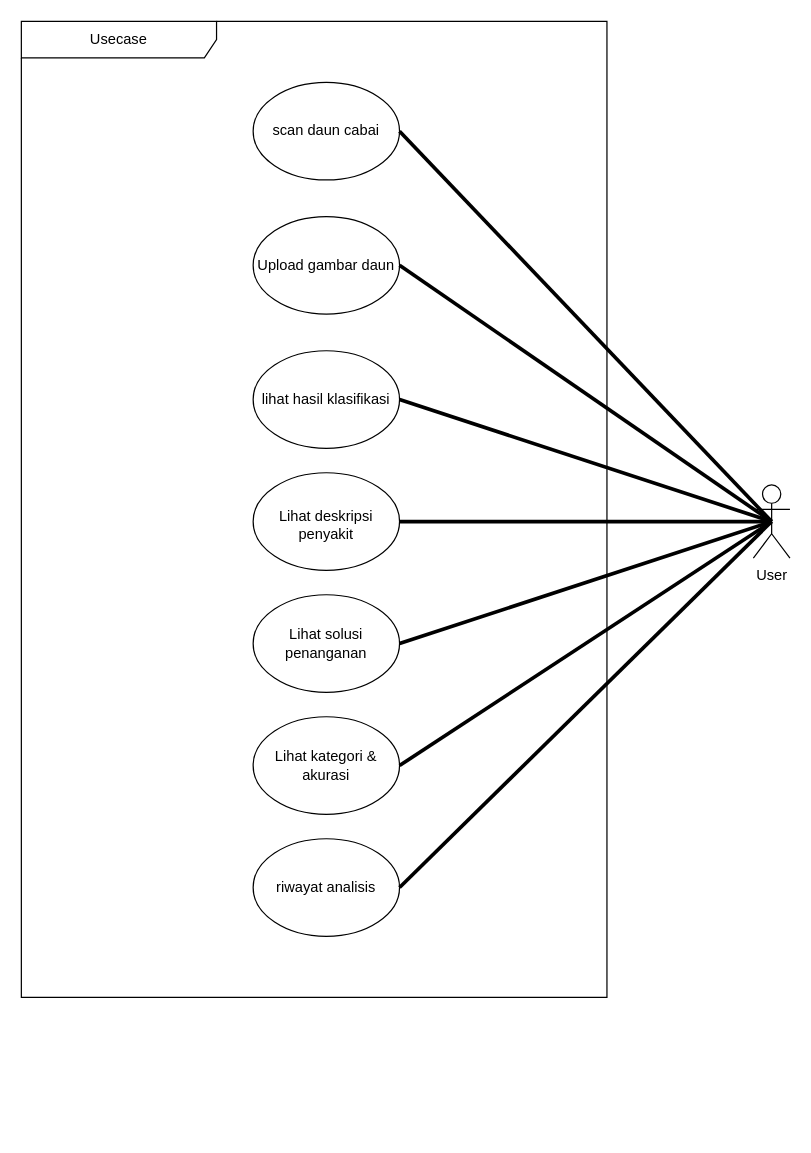
redhosy/AppDaunCabaiku keeps this draw.io diagram as document/usecase.drawio. Above is the earlier version. Source tidied: cells renumbered, new cells numbered last; positions are measured from the earlier drawing's top-left corner, leaving out a move shared by most shapes. Both pictures are drawn from the tidied source at 122%, with x=0, y=0 at pixel (21, 21).
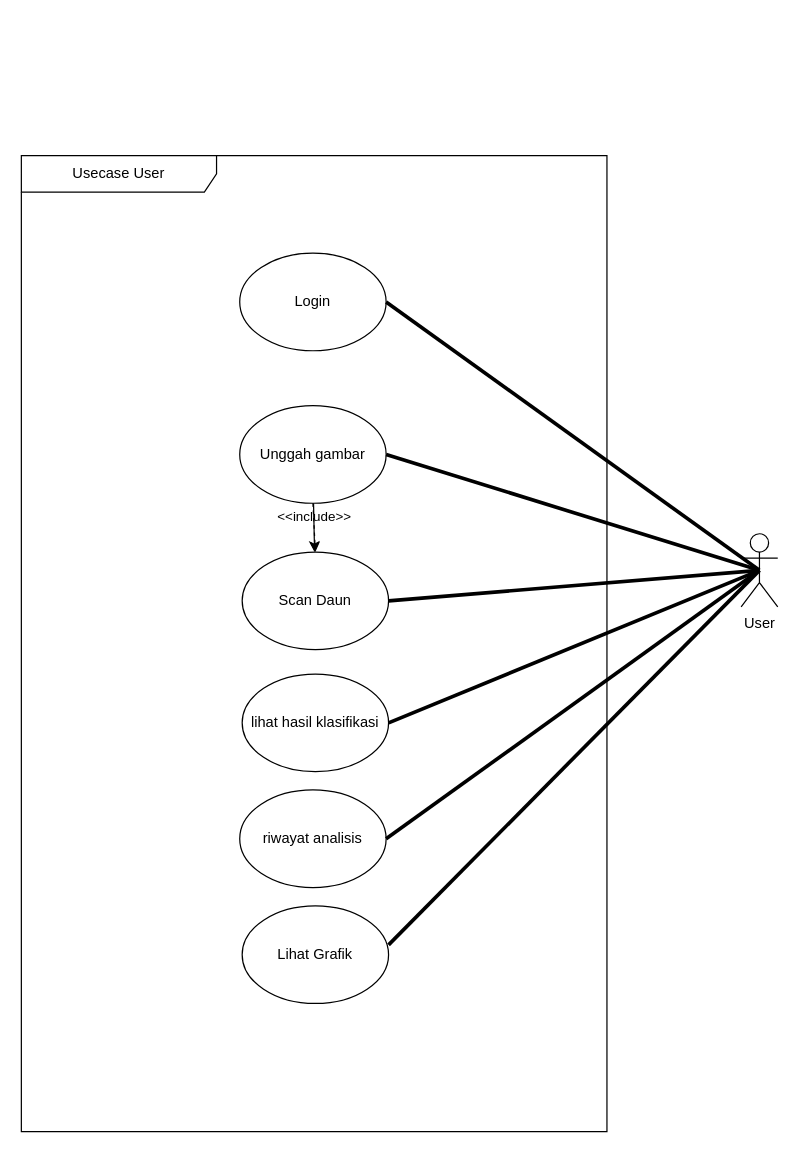
The same page after the edit.

What changed in the source:
```diff
@@
-<mxGraphModel>
+<mxGraphModel background="#ffffff">
   <root>
     <mxCell id="0" />
     <mxCell id="1" parent="0" />
     <mxCell id="2" value="User" style="shape=umlActor;verticalLabelPosition=bottom;verticalAlign=top;html=1;outlineConnect=0;" parent="1" vertex="1">
-      <mxGeometry x="600" y="380" width="30" height="60" as="geometry" />
+      <mxGeometry x="590" y="420" width="30" height="60" as="geometry" />
     </mxCell>
-    <mxCell id="3" value="Usecase" style="shape=umlFrame;whiteSpace=wrap;html=1;width=160;" parent="1" vertex="1">
-      <mxGeometry width="480" height="800" as="geometry" />
+    <mxCell id="3" value="Usecase User" style="shape=umlFrame;whiteSpace=wrap;html=1;width=160;" parent="1" vertex="1">
+      <mxGeometry y="110" width="480" height="800" as="geometry" />
     </mxCell>
-    <mxCell id="4" value="Upload gambar daun" style="ellipse;whiteSpace=wrap;html=1;" parent="3" vertex="1">
-      <mxGeometry x="190" y="160" width="120" height="80" as="geometry" />
+    <mxCell id="4" value="Scan Daun" style="ellipse;whiteSpace=wrap;html=1;" parent="3" vertex="1">
+      <mxGeometry x="181" y="325" width="120" height="80" as="geometry" />
     </mxCell>
     <mxCell id="5" value="lihat hasil klasifikasi" style="ellipse;whiteSpace=wrap;html=1;" parent="3" vertex="1">
-      <mxGeometry x="190" y="270" width="120" height="80" as="geometry" />
+      <mxGeometry x="181" y="425" width="120" height="80" as="geometry" />
     </mxCell>
+    <mxCell id="18" style="edgeStyle=none;html=1;" parent="3" edge="1" source="6" target="4">
+      <mxGeometry relative="1" as="geometry" />
+    </mxCell>
-    <mxCell id="6" value="scan daun cabai" style="ellipse;whiteSpace=wrap;html=1;" parent="3" vertex="1">
-      <mxGeometry x="190" y="50" width="120" height="80" as="geometry" />
+    <mxCell id="6" value="Unggah gambar" style="ellipse;whiteSpace=wrap;html=1;" parent="3" vertex="1">
+      <mxGeometry x="179" y="205" width="120" height="80" as="geometry" />
     </mxCell>
-    <mxCell id="7" value="Lihat kategori &amp;amp; akurasi" style="ellipse;whiteSpace=wrap;html=1;" parent="3" vertex="1">
-      <mxGeometry x="190" y="570" width="120" height="80" as="geometry" />
-    </mxCell>
-    <mxCell id="8" value="&lt;table&gt;&lt;tbody&gt;&lt;tr&gt;&lt;td class=&quot;max-w-[calc(var(--thread-content-max-width)*2/3)]&quot;&gt;&lt;/td&gt;&lt;/tr&gt;&lt;/tbody&gt;&lt;/table&gt;&lt;table&gt;&lt;tbody&gt;&lt;tr&gt;&lt;td class=&quot;max-w-[calc(var(--thread-content-max-width)*2/3)]&quot;&gt;Lihat deskripsi penyakit&lt;/td&gt;&lt;/tr&gt;&lt;/tbody&gt;&lt;/table&gt;" style="ellipse;whiteSpace=wrap;html=1;" parent="3" vertex="1">
-      <mxGeometry x="190" y="370" width="120" height="80" as="geometry" />
-    </mxCell>
-    <mxCell id="9" value="Lihat solusi penanganan" style="ellipse;whiteSpace=wrap;html=1;" parent="3" vertex="1">
-      <mxGeometry x="190" y="470" width="120" height="80" as="geometry" />
-    </mxCell>
     <mxCell id="10" value="riwayat analisis" style="ellipse;whiteSpace=wrap;html=1;" parent="3" vertex="1">
-      <mxGeometry x="190" y="670" width="120" height="80" as="geometry" />
+      <mxGeometry x="179" y="520" width="120" height="80" as="geometry" />
     </mxCell>
+    <mxCell id="19" value="&amp;lt;&amp;lt;include&amp;gt;&amp;gt;" style="html=1;verticalAlign=bottom;labelBackgroundColor=none;endArrow=open;endFill=0;dashed=1;exitX=0.5;exitY=1;exitDx=0;exitDy=0;entryX=0.5;entryY=0;entryDx=0;entryDy=0;" parent="3" edge="1" source="6" target="4">
+      <mxGeometry relative="1" as="geometry" />
+    </mxCell>
+    <mxCell id="20" value="Login" style="ellipse;whiteSpace=wrap;html=1;" parent="3" vertex="1">
+      <mxGeometry x="179" y="80" width="120" height="80" as="geometry" />
+    </mxCell>
+    <mxCell id="21" value="Lihat Grafik" style="ellipse;whiteSpace=wrap;html=1;" parent="3" vertex="1">
+      <mxGeometry x="181" y="615" width="120" height="80" as="geometry" />
+    </mxCell>
     <mxCell id="11" style="endArrow=none;startArrow=none;endFill=0;startFill=0;endSize=8;html=1;verticalAlign=bottom;labelBackgroundColor=none;strokeWidth=3;rounded=0;exitX=1;exitY=0.5;exitDx=0;exitDy=0;entryX=0.5;entryY=0.5;entryDx=0;entryDy=0;entryPerimeter=0;" parent="1" edge="1" source="6" target="2">
       <mxGeometry relative="1" as="geometry" />
     </mxCell>
     <mxCell id="12" style="endArrow=none;startArrow=none;endFill=0;startFill=0;endSize=8;html=1;verticalAlign=bottom;labelBackgroundColor=none;strokeWidth=3;rounded=0;exitX=1;exitY=0.5;exitDx=0;exitDy=0;entryX=0.5;entryY=0.5;entryDx=0;entryDy=0;entryPerimeter=0;" parent="1" edge="1" source="4" target="2">
       <mxGeometry relative="1" as="geometry" />
     </mxCell>
     <mxCell id="13" style="endArrow=none;startArrow=none;endFill=0;startFill=0;endSize=8;html=1;verticalAlign=bottom;labelBackgroundColor=none;strokeWidth=3;rounded=0;exitX=1;exitY=0.5;exitDx=0;exitDy=0;entryX=0.5;entryY=0.5;entryDx=0;entryDy=0;entryPerimeter=0;" parent="1" edge="1" source="5" target="2">
       <mxGeometry relative="1" as="geometry" />
     </mxCell>
     <mxCell id="14" style="endArrow=none;startArrow=none;endFill=0;startFill=0;endSize=8;html=1;verticalAlign=bottom;labelBackgroundColor=none;strokeWidth=3;rounded=0;exitX=1;exitY=0.5;exitDx=0;exitDy=0;entryX=0.5;entryY=0.5;entryDx=0;entryDy=0;entryPerimeter=0;" parent="1" edge="1" source="10" target="2">
       <mxGeometry relative="1" as="geometry" />
     </mxCell>
-    <mxCell id="15" style="endArrow=none;startArrow=none;endFill=0;startFill=0;endSize=8;html=1;verticalAlign=bottom;labelBackgroundColor=none;strokeWidth=3;rounded=0;exitX=1;exitY=0.5;exitDx=0;exitDy=0;entryX=0.5;entryY=0.5;entryDx=0;entryDy=0;entryPerimeter=0;" parent="1" edge="1" source="8" target="2">
-      <mxGeometry relative="1" as="geometry" />
-    </mxCell>
-    <mxCell id="16" style="endArrow=none;startArrow=none;endFill=0;startFill=0;endSize=8;html=1;verticalAlign=bottom;labelBackgroundColor=none;strokeWidth=3;rounded=0;exitX=1;exitY=0.5;exitDx=0;exitDy=0;entryX=0.5;entryY=0.5;entryDx=0;entryDy=0;entryPerimeter=0;" parent="1" edge="1" source="9" target="2">
-      <mxGeometry relative="1" as="geometry" />
-    </mxCell>
-    <mxCell id="17" style="endArrow=none;startArrow=none;endFill=0;startFill=0;endSize=8;html=1;verticalAlign=bottom;labelBackgroundColor=none;strokeWidth=3;rounded=0;exitX=1;exitY=0.5;exitDx=0;exitDy=0;entryX=0.5;entryY=0.5;entryDx=0;entryDy=0;entryPerimeter=0;" parent="1" edge="1" source="7" target="2">
-      <mxGeometry relative="1" as="geometry" />
-    </mxCell>
+    <mxCell id="22" style="endArrow=none;startArrow=none;endFill=0;startFill=0;endSize=8;html=1;verticalAlign=bottom;labelBackgroundColor=none;strokeWidth=3;rounded=0;exitX=1;exitY=0.5;exitDx=0;exitDy=0;entryX=0.5;entryY=0.5;entryDx=0;entryDy=0;entryPerimeter=0;" parent="1" edge="1" source="20" target="2">
+      <mxGeometry relative="1" as="geometry" />
+    </mxCell>
+    <mxCell id="23" style="endArrow=none;startArrow=none;endFill=0;startFill=0;endSize=8;html=1;verticalAlign=bottom;labelBackgroundColor=none;strokeWidth=3;rounded=0;exitX=1;exitY=0.4;exitDx=0;exitDy=0;entryX=0.5;entryY=0.5;entryDx=0;entryDy=0;entryPerimeter=0;exitPerimeter=0;" parent="1" edge="1" source="21" target="2">
+      <mxGeometry relative="1" as="geometry" />
+    </mxCell>
   </root>
 </mxGraphModel>
```
